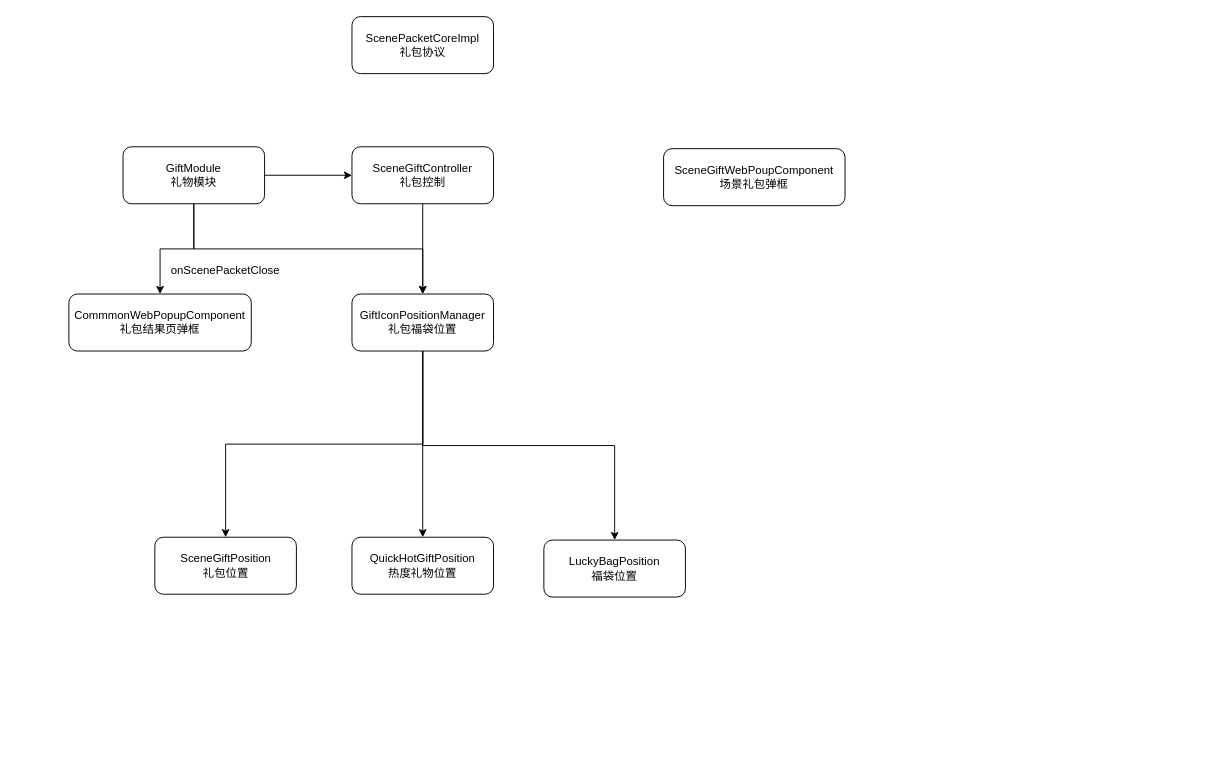
Earlier version of the draw.io diagram 礼包.drawio (cangwang/news). Source tidied: cells renumbered, new cells numbered last; positions are measured from the earlier drawing's top-left corner, leaving out a move shared by most shapes. Both pictures are drawn from the tidied source at 95%, with x=0, y=0 at pixel (68, 16).
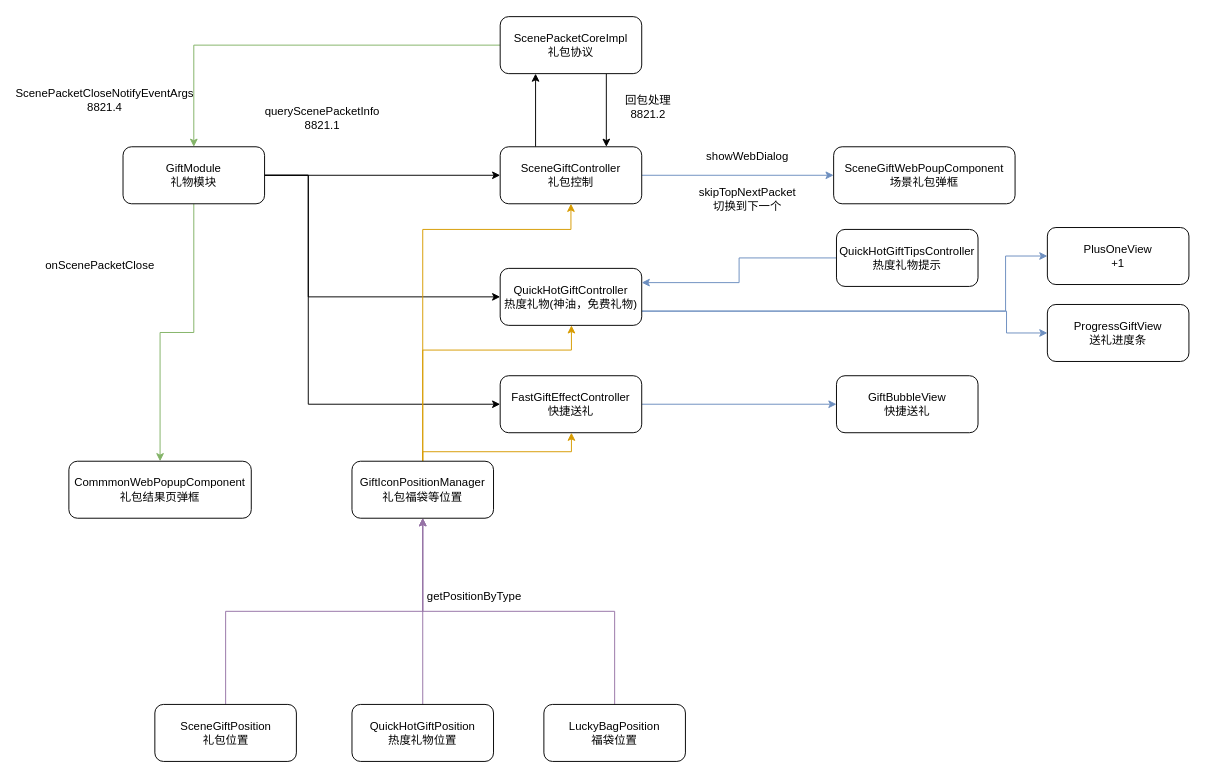
Above is the later version.

Unchanged cells that the change refers to:
```xml
<mxCell id="7" value="GiftModule&lt;br&gt;礼物模块" style="rounded=1;whiteSpace=wrap;html=1;" parent="1" vertex="1">
  <mxGeometry x="57" y="137" width="149" height="60" as="geometry" />
</mxCell>
```

Diff of the diagram source:
```diff
@@
-    <mxCell id="2" style="edgeStyle=orthogonalEdgeStyle;rounded=0;jettySize=auto;html=1;exitX=0.5;exitY=1;exitDx=0;exitDy=0;" parent="1" edge="1" source="3" target="12">
-      <mxGeometry relative="1" as="geometry" />
-    </mxCell>
+    <mxCell id="19" style="edgeStyle=orthogonalEdgeStyle;rounded=0;jettySize=auto;html=1;exitX=0.25;exitY=0;exitDx=0;exitDy=0;entryX=0.25;entryY=1;entryDx=0;entryDy=0;" parent="1" edge="1" source="3" target="8">
+      <mxGeometry relative="1" as="geometry" />
+    </mxCell>
+    <mxCell id="20" style="edgeStyle=orthogonalEdgeStyle;rounded=0;jettySize=auto;html=1;exitX=1;exitY=0.5;exitDx=0;exitDy=0;entryX=0;entryY=0.5;entryDx=0;entryDy=0;fillColor=#dae8fc;strokeColor=#6c8ebf;" parent="1" edge="1" source="3" target="13">
+      <mxGeometry relative="1" as="geometry" />
+    </mxCell>
     <mxCell id="3" value="SceneGiftController&lt;br&gt;礼包控制" style="rounded=1;whiteSpace=wrap;html=1;" parent="1" vertex="1">
-      <mxGeometry x="298" y="137" width="149" height="60" as="geometry" />
+      <mxGeometry x="454" y="137" width="149" height="60" as="geometry" />
     </mxCell>
@@
-    <mxCell id="5" style="edgeStyle=orthogonalEdgeStyle;rounded=0;jettySize=auto;html=1;exitX=0.5;exitY=1;exitDx=0;exitDy=0;" parent="1" edge="1" source="7" target="12">
-      <mxGeometry relative="1" as="geometry" />
-    </mxCell>
-    <mxCell id="6" style="edgeStyle=orthogonalEdgeStyle;rounded=0;jettySize=auto;html=1;exitX=0.5;exitY=1;exitDx=0;exitDy=0;" parent="1" edge="1" source="7" target="14">
+    <mxCell id="6" style="edgeStyle=orthogonalEdgeStyle;rounded=0;jettySize=auto;html=1;exitX=0.5;exitY=1;exitDx=0;exitDy=0;fillColor=#d5e8d4;strokeColor=#82b366;" parent="1" edge="1" source="7" target="14">
       <mxGeometry relative="1" as="geometry" />
     </mxCell>
+    <mxCell id="21" style="edgeStyle=orthogonalEdgeStyle;rounded=0;jettySize=auto;html=1;exitX=1;exitY=0.5;exitDx=0;exitDy=0;entryX=0;entryY=0.5;entryDx=0;entryDy=0;" parent="1" edge="1" source="7" target="39">
+      <mxGeometry relative="1" as="geometry">
+        <Array as="points">
+          <mxPoint x="252" y="167" />
+          <mxPoint x="252" y="295" />
+        </Array>
+      </mxGeometry>
+    </mxCell>
+    <mxCell id="22" style="edgeStyle=orthogonalEdgeStyle;rounded=0;jettySize=auto;html=1;exitX=1;exitY=0.5;exitDx=0;exitDy=0;entryX=0;entryY=0.5;entryDx=0;entryDy=0;" parent="1" edge="1" source="7" target="43">
+      <mxGeometry relative="1" as="geometry">
+        <Array as="points">
+          <mxPoint x="252" y="167" />
+          <mxPoint x="252" y="408" />
+        </Array>
+      </mxGeometry>
+    </mxCell>
@@
+    <mxCell id="23" style="edgeStyle=orthogonalEdgeStyle;rounded=0;jettySize=auto;html=1;exitX=0.75;exitY=1;exitDx=0;exitDy=0;entryX=0.75;entryY=0;entryDx=0;entryDy=0;" parent="1" edge="1" source="8" target="3">
+      <mxGeometry relative="1" as="geometry" />
+    </mxCell>
+    <mxCell id="24" style="edgeStyle=orthogonalEdgeStyle;rounded=0;jettySize=auto;html=1;exitX=0;exitY=0.5;exitDx=0;exitDy=0;fillColor=#d5e8d4;strokeColor=#82b366;" parent="1" edge="1" source="8" target="7">
+      <mxGeometry relative="1" as="geometry" />
+    </mxCell>
     <mxCell id="8" value="ScenePacketCoreImpl&lt;br&gt;礼包协议" style="rounded=1;whiteSpace=wrap;html=1;" parent="1" vertex="1">
-      <mxGeometry x="298" width="149" height="60" as="geometry" />
+      <mxGeometry x="454" width="149" height="60" as="geometry" />
     </mxCell>
-    <mxCell id="9" style="edgeStyle=orthogonalEdgeStyle;rounded=0;jettySize=auto;html=1;exitX=0.5;exitY=1;exitDx=0;exitDy=0;" parent="1" edge="1" source="12" target="16">
-      <mxGeometry relative="1" as="geometry" />
-    </mxCell>
-    <mxCell id="10" style="edgeStyle=orthogonalEdgeStyle;rounded=0;jettySize=auto;html=1;exitX=0.5;exitY=1;exitDx=0;exitDy=0;entryX=0.5;entryY=0;entryDx=0;entryDy=0;" parent="1" edge="1" source="12" target="17">
-      <mxGeometry relative="1" as="geometry" />
-    </mxCell>
-    <mxCell id="11" style="edgeStyle=orthogonalEdgeStyle;rounded=0;jettySize=auto;html=1;exitX=0.5;exitY=1;exitDx=0;exitDy=0;" parent="1" edge="1" source="12" target="18">
-      <mxGeometry relative="1" as="geometry" />
-    </mxCell>
+    <mxCell id="25" style="edgeStyle=orthogonalEdgeStyle;rounded=0;jettySize=auto;html=1;exitX=0.5;exitY=0;exitDx=0;exitDy=0;entryX=0.5;entryY=1;entryDx=0;entryDy=0;fillColor=#ffe6cc;strokeColor=#d79b00;" parent="1" edge="1" source="12" target="3">
+      <mxGeometry relative="1" as="geometry">
+        <Array as="points">
+          <mxPoint x="373" y="224" />
+          <mxPoint x="529" y="224" />
+        </Array>
+      </mxGeometry>
+    </mxCell>
+    <mxCell id="26" style="edgeStyle=orthogonalEdgeStyle;rounded=0;jettySize=auto;html=1;exitX=0.5;exitY=0;exitDx=0;exitDy=0;fillColor=#ffe6cc;strokeColor=#d79b00;" parent="1" edge="1" source="12" target="39">
+      <mxGeometry relative="1" as="geometry">
+        <Array as="points">
+          <mxPoint x="373" y="351" />
+          <mxPoint x="529" y="351" />
+        </Array>
+      </mxGeometry>
+    </mxCell>
+    <mxCell id="27" style="edgeStyle=orthogonalEdgeStyle;rounded=0;jettySize=auto;html=1;exitX=0.5;exitY=0;exitDx=0;exitDy=0;fillColor=#ffe6cc;strokeColor=#d79b00;" parent="1" edge="1" source="12" target="43">
+      <mxGeometry relative="1" as="geometry">
+        <Array as="points">
+          <mxPoint x="373" y="458" />
+          <mxPoint x="529" y="458" />
+        </Array>
+      </mxGeometry>
+    </mxCell>
-    <mxCell id="12" value="GiftIconPositionManager&lt;br&gt;礼包福袋位置" style="rounded=1;whiteSpace=wrap;html=1;" parent="1" vertex="1">
-      <mxGeometry x="298" y="292" width="149" height="60" as="geometry" />
+    <mxCell id="12" value="GiftIconPositionManager&lt;br&gt;礼包福袋等位置" style="rounded=1;whiteSpace=wrap;html=1;" parent="1" vertex="1">
+      <mxGeometry x="298" y="468" width="149" height="60" as="geometry" />
     </mxCell>
     <mxCell id="13" value="SceneGiftWebPoupComponent&lt;br&gt;场景礼包弹框" style="rounded=1;whiteSpace=wrap;html=1;" parent="1" vertex="1">
-      <mxGeometry x="626" y="139" width="191" height="60" as="geometry" />
+      <mxGeometry x="805" y="137" width="191" height="60" as="geometry" />
     </mxCell>
     <mxCell id="14" value="CommmonWebPopupComponent&lt;br&gt;礼包结果页弹框" style="rounded=1;whiteSpace=wrap;html=1;" parent="1" vertex="1">
-      <mxGeometry y="292" width="192" height="60" as="geometry" />
+      <mxGeometry y="468" width="192" height="60" as="geometry" />
     </mxCell>
     <mxCell id="15" value="onScenePacketClose" style="text;html=1;strokeColor=none;fillColor=none;align=center;verticalAlign=middle;whiteSpace=wrap;rounded=0;" parent="1" vertex="1">
-      <mxGeometry x="104" y="257" width="122" height="20" as="geometry" />
+      <mxGeometry x="-28" y="252" width="122" height="20" as="geometry" />
     </mxCell>
+    <mxCell id="28" style="edgeStyle=orthogonalEdgeStyle;rounded=0;jettySize=auto;html=1;exitX=0.5;exitY=0;exitDx=0;exitDy=0;fillColor=#e1d5e7;strokeColor=#9673a6;" parent="1" edge="1" source="16" target="12">
+      <mxGeometry relative="1" as="geometry" />
+    </mxCell>
     <mxCell id="16" value="SceneGiftPosition&lt;br&gt;礼包位置" style="rounded=1;whiteSpace=wrap;html=1;" parent="1" vertex="1">
-      <mxGeometry x="90.5" y="548" width="149" height="60" as="geometry" />
+      <mxGeometry x="90.5" y="724" width="149" height="60" as="geometry" />
     </mxCell>
+    <mxCell id="29" style="edgeStyle=orthogonalEdgeStyle;rounded=0;jettySize=auto;html=1;exitX=0.5;exitY=0;exitDx=0;exitDy=0;fillColor=#e1d5e7;strokeColor=#9673a6;" parent="1" edge="1" source="17" target="12">
+      <mxGeometry relative="1" as="geometry" />
+    </mxCell>
     <mxCell id="17" value="QuickHotGiftPosition&lt;br&gt;热度礼物位置" style="rounded=1;whiteSpace=wrap;html=1;" parent="1" vertex="1">
-      <mxGeometry x="298" y="548" width="149" height="60" as="geometry" />
+      <mxGeometry x="298" y="724" width="149" height="60" as="geometry" />
     </mxCell>
+    <mxCell id="30" style="edgeStyle=orthogonalEdgeStyle;rounded=0;jettySize=auto;html=1;exitX=0.5;exitY=0;exitDx=0;exitDy=0;entryX=0.5;entryY=1;entryDx=0;entryDy=0;fillColor=#e1d5e7;strokeColor=#9673a6;" parent="1" edge="1" source="18" target="12">
+      <mxGeometry relative="1" as="geometry" />
+    </mxCell>
     <mxCell id="18" value="LuckyBagPosition&lt;br&gt;福袋位置" style="rounded=1;whiteSpace=wrap;html=1;" parent="1" vertex="1">
-      <mxGeometry x="500" y="551" width="149" height="60" as="geometry" />
+      <mxGeometry x="500" y="724" width="149" height="60" as="geometry" />
     </mxCell>
+    <mxCell id="31" value="showWebDialog" style="text;html=1;strokeColor=none;fillColor=none;align=center;verticalAlign=middle;whiteSpace=wrap;rounded=0;" parent="1" vertex="1">
+      <mxGeometry x="663" y="137" width="103" height="20" as="geometry" />
+    </mxCell>
+    <mxCell id="32" value="skipTopNextPacket&lt;br&gt;切换到下一个" style="text;html=1;strokeColor=none;fillColor=none;align=center;verticalAlign=middle;whiteSpace=wrap;rounded=0;" parent="1" vertex="1">
+      <mxGeometry x="663" y="177" width="103" height="29" as="geometry" />
+    </mxCell>
+    <mxCell id="33" value="queryScenePacketInfo&lt;br&gt;8821.1" style="text;html=1;strokeColor=none;fillColor=none;align=center;verticalAlign=middle;whiteSpace=wrap;rounded=0;" parent="1" vertex="1">
+      <mxGeometry x="175" y="87" width="184" height="40" as="geometry" />
+    </mxCell>
+    <mxCell id="34" value="回包处理&lt;br&gt;8821.2" style="text;html=1;strokeColor=none;fillColor=none;align=center;verticalAlign=middle;whiteSpace=wrap;rounded=0;" parent="1" vertex="1">
+      <mxGeometry x="570" y="75" width="80" height="40" as="geometry" />
+    </mxCell>
+    <mxCell id="35" value="ScenePacketCloseNotifyEventArgs&lt;br&gt;8821.4" style="text;html=1;strokeColor=none;fillColor=none;align=center;verticalAlign=middle;whiteSpace=wrap;rounded=0;" parent="1" vertex="1">
+      <mxGeometry x="-54" y="68" width="184" height="40" as="geometry" />
+    </mxCell>
+    <mxCell id="36" value="getPositionByType" style="text;html=1;strokeColor=none;fillColor=none;align=center;verticalAlign=middle;whiteSpace=wrap;rounded=0;" parent="1" vertex="1">
+      <mxGeometry x="336" y="601" width="182" height="20" as="geometry" />
+    </mxCell>
+    <mxCell id="37" style="edgeStyle=orthogonalEdgeStyle;rounded=0;jettySize=auto;html=1;exitX=1;exitY=0.75;exitDx=0;exitDy=0;fillColor=#dae8fc;strokeColor=#6c8ebf;" parent="1" edge="1" source="39" target="45">
+      <mxGeometry relative="1" as="geometry">
+        <Array as="points">
+          <mxPoint x="986" y="310" />
+          <mxPoint x="986" y="252" />
+        </Array>
+      </mxGeometry>
+    </mxCell>
+    <mxCell id="38" style="edgeStyle=orthogonalEdgeStyle;rounded=0;jettySize=auto;html=1;exitX=1;exitY=0.75;exitDx=0;exitDy=0;fillColor=#dae8fc;strokeColor=#6c8ebf;" parent="1" edge="1" source="39" target="46">
+      <mxGeometry relative="1" as="geometry">
+        <Array as="points">
+          <mxPoint x="987" y="310" />
+          <mxPoint x="987" y="333" />
+        </Array>
+      </mxGeometry>
+    </mxCell>
+    <mxCell id="39" value="QuickHotGiftController&lt;br&gt;热度礼物(神油，免费礼物)" style="rounded=1;whiteSpace=wrap;html=1;" parent="1" vertex="1">
+      <mxGeometry x="454" y="265" width="149" height="60" as="geometry" />
+    </mxCell>
+    <mxCell id="40" style="edgeStyle=orthogonalEdgeStyle;rounded=0;jettySize=auto;html=1;exitX=0;exitY=0.5;exitDx=0;exitDy=0;entryX=1;entryY=0.25;entryDx=0;entryDy=0;fillColor=#dae8fc;strokeColor=#6c8ebf;" parent="1" edge="1" source="41" target="39">
+      <mxGeometry relative="1" as="geometry" />
+    </mxCell>
+    <mxCell id="41" value="QuickHotGiftTipsController&lt;br&gt;热度礼物提示" style="rounded=1;whiteSpace=wrap;html=1;" parent="1" vertex="1">
+      <mxGeometry x="808" y="224" width="149" height="60" as="geometry" />
+    </mxCell>
+    <mxCell id="42" style="edgeStyle=orthogonalEdgeStyle;rounded=0;jettySize=auto;html=1;exitX=1;exitY=0.5;exitDx=0;exitDy=0;entryX=0;entryY=0.5;entryDx=0;entryDy=0;fillColor=#dae8fc;strokeColor=#6c8ebf;" parent="1" edge="1" source="43" target="44">
+      <mxGeometry relative="1" as="geometry" />
+    </mxCell>
+    <mxCell id="43" value="FastGiftEffectController&lt;br&gt;快捷送礼" style="rounded=1;whiteSpace=wrap;html=1;" parent="1" vertex="1">
+      <mxGeometry x="454" y="378" width="149" height="60" as="geometry" />
+    </mxCell>
+    <mxCell id="44" value="GiftBubbleView&lt;br&gt;快捷送礼" style="rounded=1;whiteSpace=wrap;html=1;" parent="1" vertex="1">
+      <mxGeometry x="808" y="378" width="149" height="60" as="geometry" />
+    </mxCell>
+    <mxCell id="45" value="PlusOneView&lt;br&gt;+1" style="rounded=1;whiteSpace=wrap;html=1;" parent="1" vertex="1">
+      <mxGeometry x="1030" y="222" width="149" height="60" as="geometry" />
+    </mxCell>
+    <mxCell id="46" value="ProgressGiftView&lt;br&gt;送礼进度条" style="rounded=1;whiteSpace=wrap;html=1;" parent="1" vertex="1">
+      <mxGeometry x="1030" y="303" width="149" height="60" as="geometry" />
+    </mxCell>
```
